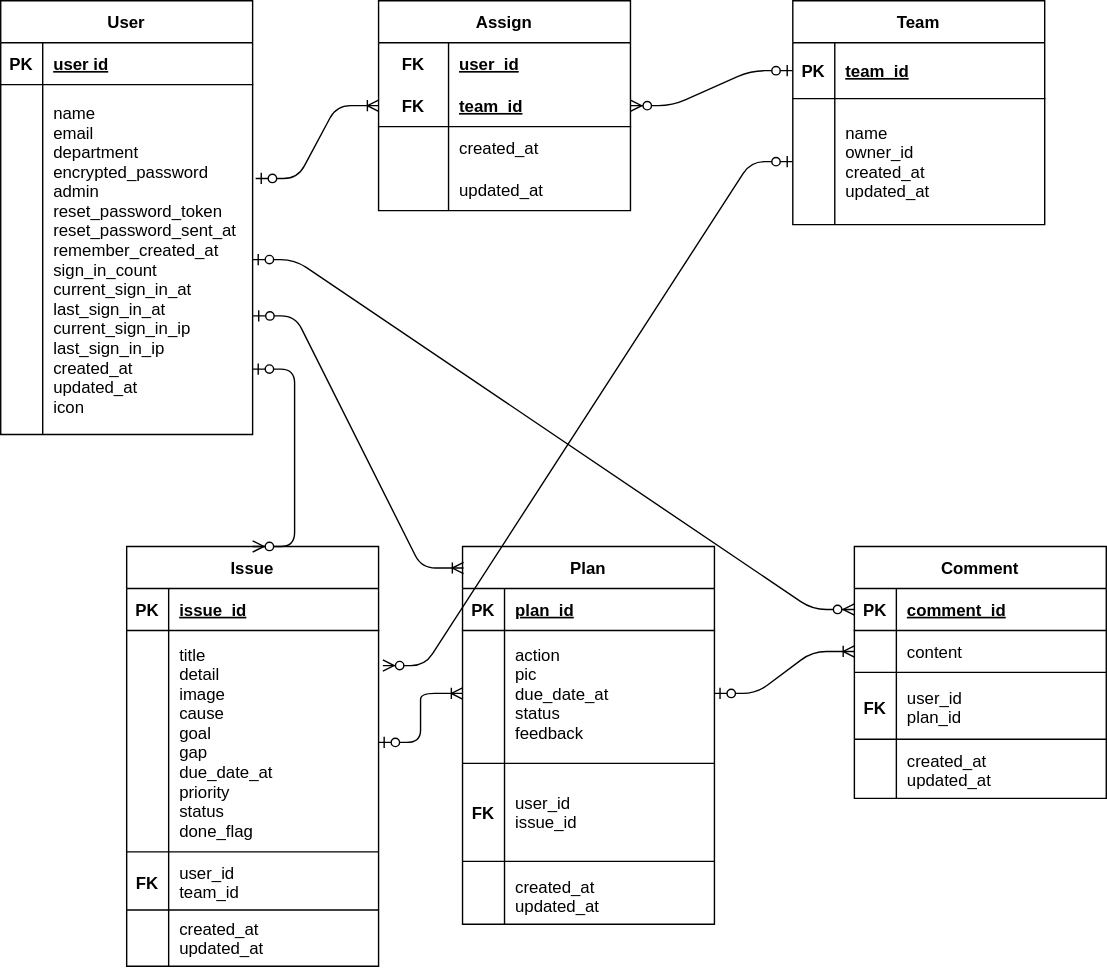
The draw.io diagram .drawio.svg in Ishiyuka/Kaizener, before a commit. Source tidied: cells renumbered, new cells last; positions are measured from the earlier drawing's top-left corner, leaving out a move shared by most shapes.
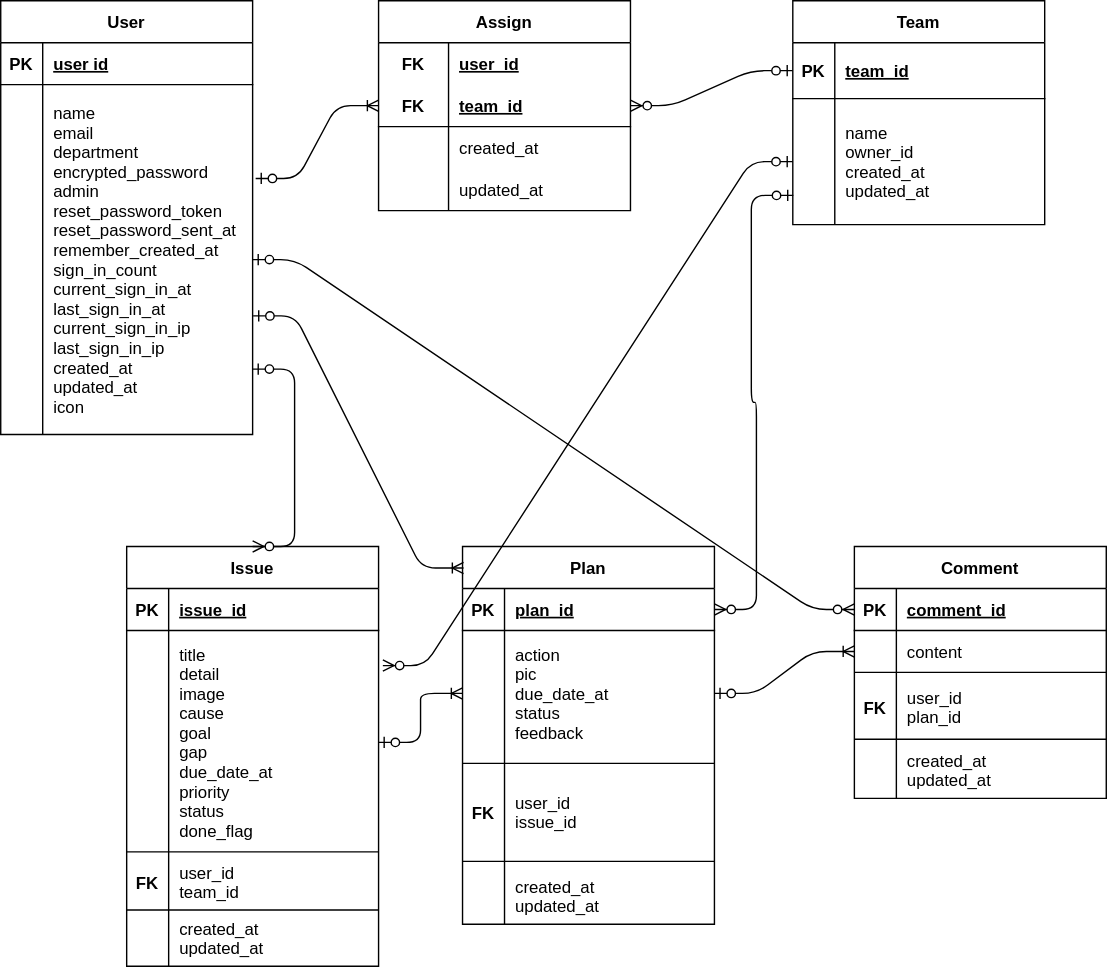
After the commit.

Change to the diagram source:
```diff
@@ -260,5 +260,8 @@
     <mxCell id="87" value="name&#10;owner_id&#10;created_at&#10;updated_at" style="shape=partialRectangle;fillColor=none;top=0;left=0;bottom=0;right=0;align=left;spacingLeft=6;overflow=hidden;" parent="85" vertex="1">
       <mxGeometry x="30" width="150" height="90" as="geometry" />
     </mxCell>
+    <mxCell id="88" style="edgeStyle=entityRelationEdgeStyle;fontSize=12;html=1;endArrow=ERzeroToMany;startArrow=ERzeroToOne;entryX=1;entryY=0.5;entryDx=0;entryDy=0;exitX=0.002;exitY=0.768;exitDx=0;exitDy=0;exitPerimeter=0;" parent="1" edge="1" source="85" target="4">
+      <mxGeometry relative="1" as="geometry" />
+    </mxCell>
   </root>
 </mxGraphModel>
```
